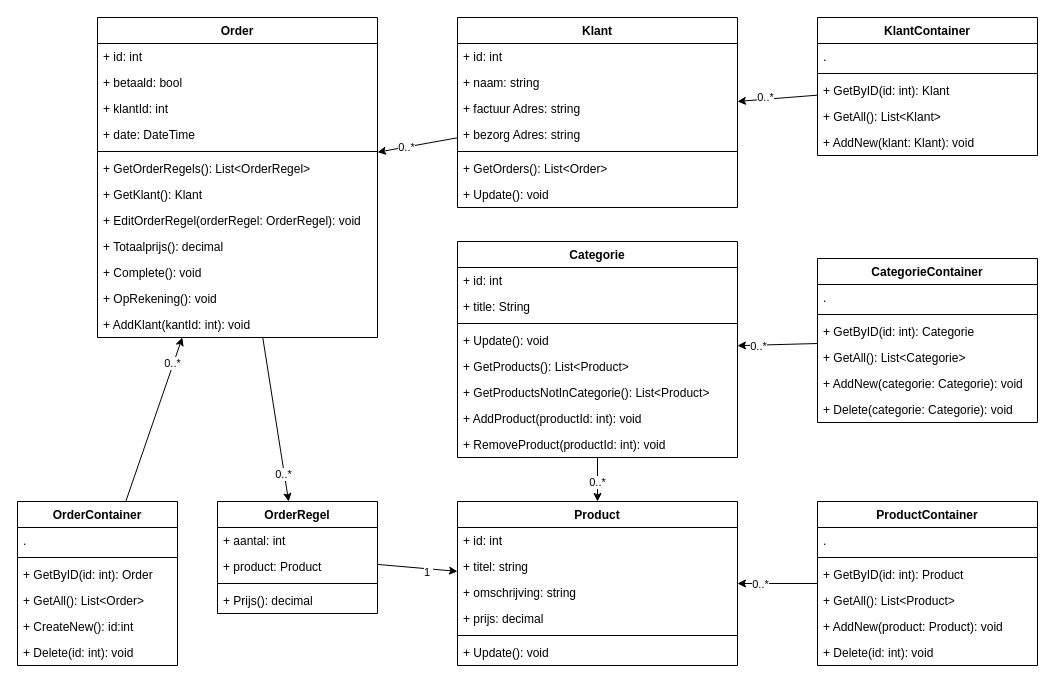
LuukdeKinderen/S2Software keeps this draw.io diagram as Skippy/Diagrams/ClassenDiagram.drawio. Above is the earlier version. Source tidied: cells renumbered, new cells numbered last; positions are measured from the earlier drawing's top-left corner, leaving out a move shared by most shapes. Both pictures are drawn from the tidied source at 100%, with x=0, y=0 at pixel (17, 17).
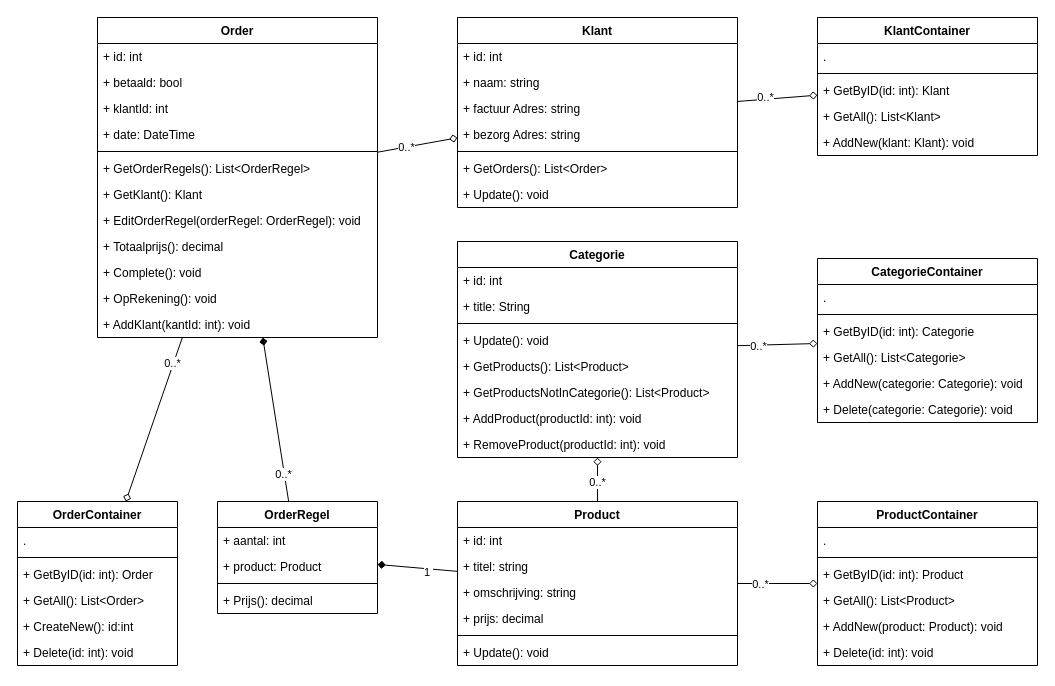
The same page after the edit.

The change refers to these unchanged cells:
```xml
<mxCell id="18" value="Klant" style="swimlane;fontStyle=1;align=center;verticalAlign=top;horizontal=1;startSize=26;" parent="1" vertex="1">
  <mxGeometry x="440" width="280" height="190" as="geometry" />
</mxCell>
<mxCell id="26" value="Categorie" style="swimlane;fontStyle=1;align=center;verticalAlign=top;horizontal=1;startSize=26;" parent="1" vertex="1">
  <mxGeometry x="440" y="224" width="280" height="216" as="geometry" />
</mxCell>
<mxCell id="35" value="Product" style="swimlane;fontStyle=1;align=center;verticalAlign=top;horizontal=1;startSize=26;" parent="1" vertex="1">
  <mxGeometry x="440" y="484" width="280" height="164" as="geometry" />
</mxCell>
<mxCell id="42" value="ProductContainer" style="swimlane;fontStyle=1;align=center;verticalAlign=top;horizontal=1;startSize=26;" parent="1" vertex="1">
  <mxGeometry x="800" y="484" width="220" height="164" as="geometry" />
</mxCell>
<mxCell id="49" value="CategorieContainer" style="swimlane;fontStyle=1;align=center;verticalAlign=top;horizontal=1;startSize=26;" parent="1" vertex="1">
  <mxGeometry x="800" y="241" width="220" height="164" as="geometry" />
</mxCell>
<mxCell id="56" value="KlantContainer" style="swimlane;fontStyle=1;align=center;verticalAlign=top;horizontal=1;startSize=26;" parent="1" vertex="1">
  <mxGeometry x="800" width="220" height="138" as="geometry" />
</mxCell>
<mxCell id="62" value="OrderRegel" style="swimlane;fontStyle=1;align=center;verticalAlign=top;horizontal=1;startSize=26;" parent="1" vertex="1">
  <mxGeometry x="200" y="484" width="160" height="112" as="geometry" />
</mxCell>
<mxCell id="67" value="Order" style="swimlane;fontStyle=1;align=center;verticalAlign=top;horizontal=1;startSize=26;" parent="1" vertex="1">
  <mxGeometry x="80" width="280" height="320" as="geometry" />
</mxCell>
<mxCell id="80" value="OrderContainer" style="swimlane;fontStyle=1;align=center;verticalAlign=top;horizontal=1;startSize=26;" parent="1" vertex="1">
  <mxGeometry y="484" width="160" height="164" as="geometry" />
</mxCell>
```

Change to the diagram source:
```diff
@@
-    <mxCell id="2" style="endArrow=classic;html=1;" parent="1" edge="1" source="18" target="67">
+    <mxCell id="2" style="endArrow=none;html=1;startArrow=diamond;startFill=0;endFill=0;" parent="1" edge="1" source="18" target="67">
       <mxGeometry relative="1" as="geometry" />
     </mxCell>
@@
-    <mxCell id="4" style="endArrow=classic;html=1;" parent="1" edge="1" source="80" target="67">
+    <mxCell id="4" style="endArrow=none;html=1;endFill=0;startArrow=diamond;startFill=0;" parent="1" edge="1" source="80" target="67">
       <mxGeometry relative="1" as="geometry" />
     </mxCell>
@@
-    <mxCell id="6" style="endArrow=classic;html=1;" parent="1" edge="1" source="67" target="62">
+    <mxCell id="6" style="endArrow=none;html=1;endFill=0;startArrow=diamond;startFill=1;" parent="1" edge="1" source="67" target="62">
       <mxGeometry relative="1" as="geometry" />
     </mxCell>
@@
-    <mxCell id="8" style="endArrow=classic;html=1;" parent="1" edge="1" source="56" target="18">
+    <mxCell id="8" style="endArrow=none;html=1;endFill=0;startArrow=diamond;startFill=0;" parent="1" edge="1" source="56" target="18">
       <mxGeometry relative="1" as="geometry" />
     </mxCell>
@@
-    <mxCell id="10" style="endArrow=classic;html=1;" parent="1" edge="1" source="42" target="35">
+    <mxCell id="10" style="endArrow=none;html=1;endFill=0;startArrow=diamond;startFill=0;" parent="1" edge="1" source="42" target="35">
       <mxGeometry relative="1" as="geometry" />
     </mxCell>
@@
-    <mxCell id="12" style="endArrow=classic;html=1;" parent="1" edge="1" source="62" target="35">
+    <mxCell id="12" style="endArrow=none;html=1;endFill=0;startArrow=diamond;startFill=1;" parent="1" edge="1" source="62" target="35">
       <mxGeometry relative="1" as="geometry" />
     </mxCell>
@@
-    <mxCell id="14" style="endArrow=classic;html=1;" parent="1" edge="1" source="26" target="35">
+    <mxCell id="14" style="endArrow=none;html=1;endFill=0;startArrow=diamond;startFill=0;" parent="1" edge="1" source="26" target="35">
       <mxGeometry relative="1" as="geometry" />
     </mxCell>
@@
-    <mxCell id="16" style="endArrow=classic;html=1;" parent="1" edge="1" source="49" target="26">
+    <mxCell id="16" style="endArrow=none;html=1;startArrow=diamond;startFill=0;endFill=0;" parent="1" edge="1" source="49" target="26">
       <mxGeometry relative="1" as="geometry" />
     </mxCell>
```
